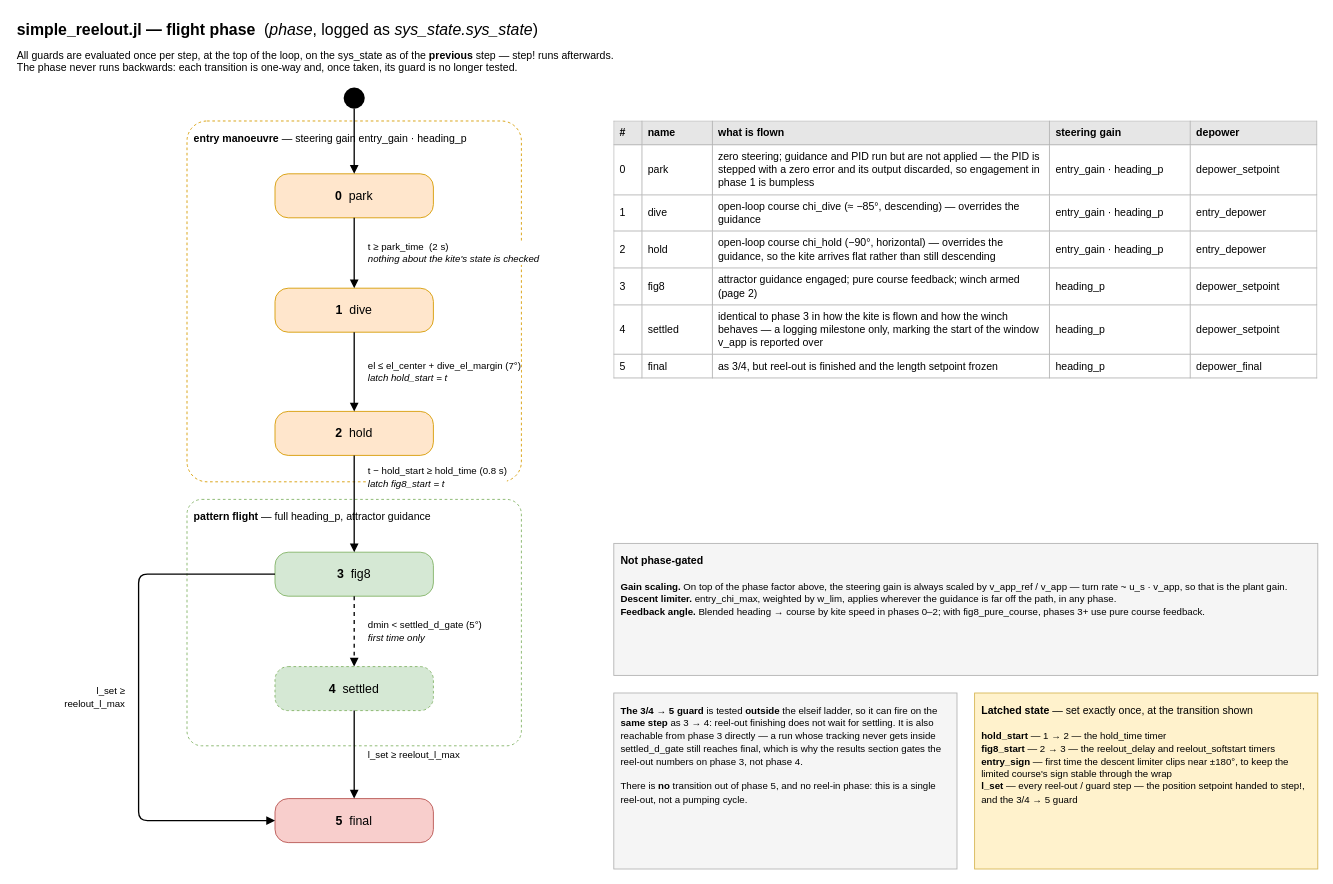
The draw.io diagram page "Flight phases" (1 of 2) of docs/reelout_state_machine.drawio in OpenSourceAWE/SimpleKiteControllers.jl, before the edit. Source tidied: cells renumbered, new cells numbered last; positions are measured from the earlier drawing's top-left corner, leaving out a move shared by most shapes. Both pictures are drawn from the tidied source at 88%, with x=0, y=0 at pixel (15, 15).
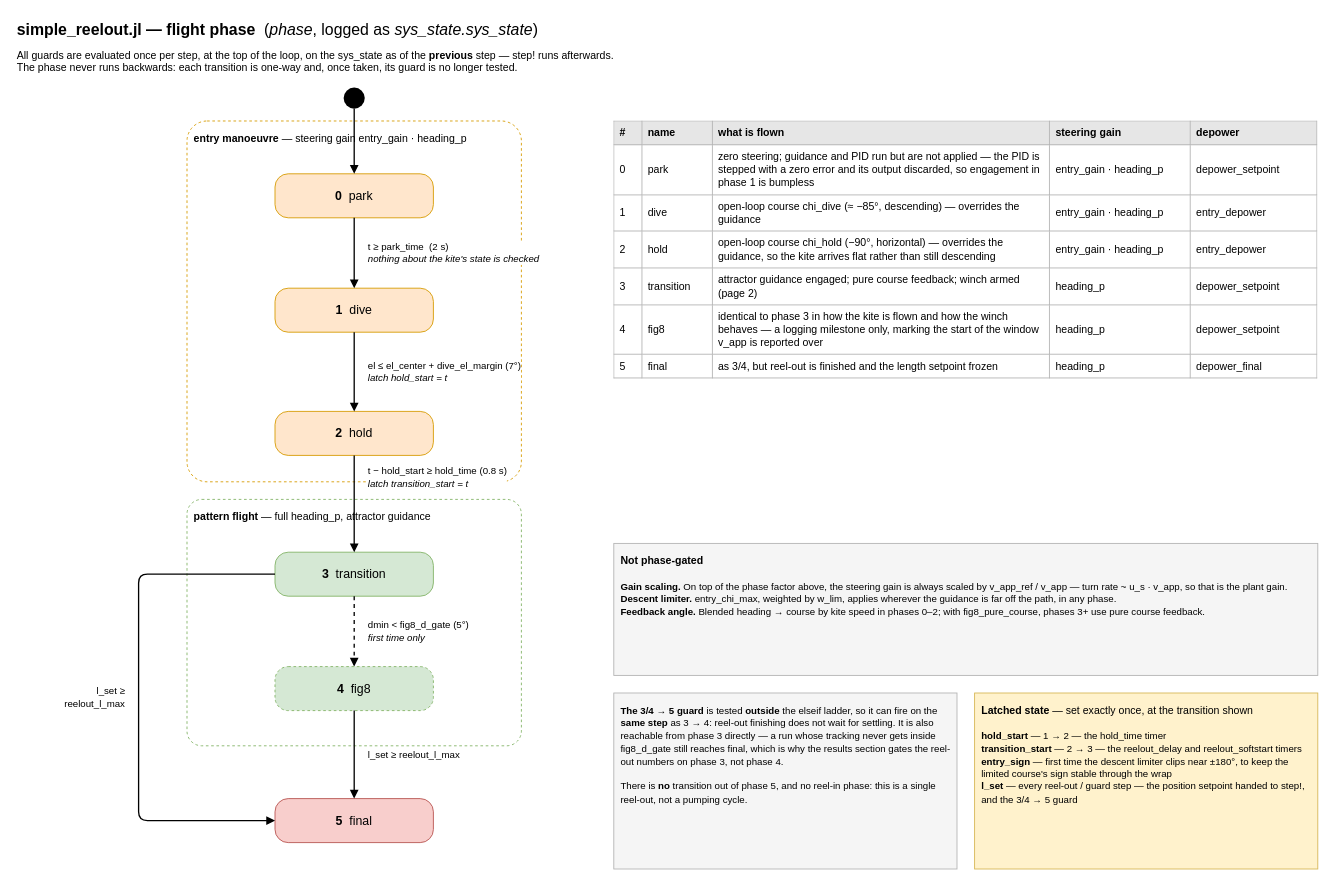
Above is the later version.

Unchanged cells that the change refers to:
```xml
<mxCell id="9" value="&lt;b&gt;2&lt;/b&gt;&amp;nbsp;&amp;nbsp;hold" style="rounded=1;arcSize=30;whiteSpace=wrap;html=1;fillColor=#ffe6cc;strokeColor=#d79b00;fontSize=14;" parent="1" vertex="1">
  <mxGeometry x="295" y="450" width="180" height="50" as="geometry" />
</mxCell>
```

The edit, as a diff of the source:
```diff
@@
-    <mxCell id="10" value="&lt;b&gt;3&lt;/b&gt;&amp;nbsp;&amp;nbsp;fig8" style="rounded=1;arcSize=30;whiteSpace=wrap;html=1;fillColor=#d5e8d4;strokeColor=#82b366;fontSize=14;" parent="1" vertex="1">
+    <mxCell id="10" value="&lt;b&gt;3&lt;/b&gt;&amp;nbsp;&amp;nbsp;transition" style="rounded=1;arcSize=30;whiteSpace=wrap;html=1;fillColor=#d5e8d4;strokeColor=#82b366;fontSize=14;" parent="1" vertex="1">
       <mxGeometry x="295" y="610" width="180" height="50" as="geometry" />
     </mxCell>
-    <mxCell id="11" value="&lt;b&gt;4&lt;/b&gt;&amp;nbsp;&amp;nbsp;settled" style="rounded=1;arcSize=30;whiteSpace=wrap;html=1;fillColor=#d5e8d4;strokeColor=#82b366;fontSize=14;dashed=1;" parent="1" vertex="1">
+    <mxCell id="11" value="&lt;b&gt;4&lt;/b&gt;&amp;nbsp;&amp;nbsp;fig8" style="rounded=1;arcSize=30;whiteSpace=wrap;html=1;fillColor=#d5e8d4;strokeColor=#82b366;fontSize=14;dashed=1;" parent="1" vertex="1">
       <mxGeometry x="295" y="740" width="180" height="50" as="geometry" />
     </mxCell>
@@
-    <mxCell id="16" value="&lt;font style=&quot;font-size:11px&quot;&gt;t − hold_start ≥ hold_time (0.8 s)&lt;br&gt;&lt;i&gt;latch fig8_start = t&lt;/i&gt;&lt;/font&gt;" style="edgeStyle=orthogonalEdgeStyle;rounded=1;html=1;endArrow=block;endFill=1;strokeWidth=1.5;align=left;verticalAlign=middle;labelBackgroundColor=#ffffff;" parent="1" edge="1" source="9" target="10">
+    <mxCell id="16" value="&lt;font style=&quot;font-size:11px&quot;&gt;t − hold_start ≥ hold_time (0.8 s)&lt;br&gt;&lt;i&gt;latch transition_start = t&lt;/i&gt;&lt;/font&gt;" style="edgeStyle=orthogonalEdgeStyle;rounded=1;html=1;endArrow=block;endFill=1;strokeWidth=1.5;align=left;verticalAlign=middle;labelBackgroundColor=#ffffff;" parent="1" edge="1" source="9" target="10">
       <mxGeometry x="-0.55" relative="1" as="geometry">
         <mxPoint x="14" as="offset" />
       </mxGeometry>
     </mxCell>
-    <mxCell id="17" value="&lt;font style=&quot;font-size:11px&quot;&gt;dmin &amp;lt; settled_d_gate (5°)&lt;br&gt;&lt;i&gt;first time only&lt;/i&gt;&lt;/font&gt;" style="edgeStyle=orthogonalEdgeStyle;rounded=1;html=1;endArrow=block;endFill=1;strokeWidth=1.5;dashed=1;align=left;verticalAlign=middle;labelBackgroundColor=#ffffff;" parent="1" edge="1" source="10" target="11">
+    <mxCell id="17" value="&lt;font style=&quot;font-size:11px&quot;&gt;dmin &amp;lt; fig8_d_gate (5°)&lt;br&gt;&lt;i&gt;first time only&lt;/i&gt;&lt;/font&gt;" style="edgeStyle=orthogonalEdgeStyle;rounded=1;html=1;endArrow=block;endFill=1;strokeWidth=1.5;dashed=1;align=left;verticalAlign=middle;labelBackgroundColor=#ffffff;" parent="1" edge="1" source="10" target="11">
       <mxGeometry relative="1" as="geometry">
         <mxPoint x="14" as="offset" />
       </mxGeometry>
     </mxCell>
@@
-    <mxCell id="20" value="&lt;table border=&quot;1&quot; cellpadding=&quot;6&quot; cellspacing=&quot;0&quot; style=&quot;width:100%;border-collapse:collapse;font-size:12px;border-color:#b3b3b3&quot;&gt;&lt;tr style=&quot;background:#e6e6e6&quot;&gt;&lt;th align=&quot;left&quot; width=&quot;4%&quot;&gt;#&lt;/th&gt;&lt;th align=&quot;left&quot; width=&quot;10%&quot;&gt;name&lt;/th&gt;&lt;th align=&quot;left&quot; width=&quot;48%&quot;&gt;what is flown&lt;/th&gt;&lt;th align=&quot;left&quot; width=&quot;20%&quot;&gt;steering gain&lt;/th&gt;&lt;th align=&quot;left&quot; width=&quot;18%&quot;&gt;depower&lt;/th&gt;&lt;/tr&gt;&lt;tr&gt;&lt;td&gt;0&lt;/td&gt;&lt;td&gt;park&lt;/td&gt;&lt;td&gt;zero steering; guidance and PID run but are not applied — the PID is stepped with a zero error and its output discarded, so engagement in phase 1 is bumpless&lt;/td&gt;&lt;td&gt;entry_gain · heading_p&lt;/td&gt;&lt;td&gt;depower_setpoint&lt;/td&gt;&lt;/tr&gt;&lt;tr&gt;&lt;td&gt;1&lt;/td&gt;&lt;td&gt;dive&lt;/td&gt;&lt;td&gt;open-loop course chi_dive (≈ −85°, descending) — overrides the guidance&lt;/td&gt;&lt;td&gt;entry_gain · heading_p&lt;/td&gt;&lt;td&gt;entry_depower&lt;/td&gt;&lt;/tr&gt;&lt;tr&gt;&lt;td&gt;2&lt;/td&gt;&lt;td&gt;hold&lt;/td&gt;&lt;td&gt;open-loop course chi_hold (−90°, horizontal) — overrides the guidance, so the kite arrives flat rather than still descending&lt;/td&gt;&lt;td&gt;entry_gain · heading_p&lt;/td&gt;&lt;td&gt;entry_depower&lt;/td&gt;&lt;/tr&gt;&lt;tr&gt;&lt;td&gt;3&lt;/td&gt;&lt;td&gt;fig8&lt;/td&gt;&lt;td&gt;attractor guidance engaged; pure course feedback; winch armed (page 2)&lt;/td&gt;&lt;td&gt;heading_p&lt;/td&gt;&lt;td&gt;depower_setpoint&lt;/td&gt;&lt;/tr&gt;&lt;tr&gt;&lt;td&gt;4&lt;/td&gt;&lt;td&gt;settled&lt;/td&gt;&lt;td&gt;identical to phase 3 in how the kite is flown and how the winch behaves — a logging milestone only, marking the start of the window v_app is reported over&lt;/td&gt;&lt;td&gt;heading_p&lt;/td&gt;&lt;td&gt;depower_setpoint&lt;/td&gt;&lt;/tr&gt;&lt;tr&gt;&lt;td&gt;5&lt;/td&gt;&lt;td&gt;final&lt;/td&gt;&lt;td&gt;as 3/4, but reel-out is finished and the length setpoint frozen&lt;/td&gt;&lt;td&gt;heading_p&lt;/td&gt;&lt;td&gt;depower_final&lt;/td&gt;&lt;/tr&gt;&lt;/table&gt;" style="text;html=1;whiteSpace=wrap;align=left;verticalAlign=top;overflow=fill;" parent="1" vertex="1">
+    <mxCell id="20" value="&lt;table border=&quot;1&quot; cellpadding=&quot;6&quot; cellspacing=&quot;0&quot; style=&quot;width:100%;border-collapse:collapse;font-size:12px;border-color:#b3b3b3&quot;&gt;&lt;tr style=&quot;background:#e6e6e6&quot;&gt;&lt;th align=&quot;left&quot; width=&quot;4%&quot;&gt;#&lt;/th&gt;&lt;th align=&quot;left&quot; width=&quot;10%&quot;&gt;name&lt;/th&gt;&lt;th align=&quot;left&quot; width=&quot;48%&quot;&gt;what is flown&lt;/th&gt;&lt;th align=&quot;left&quot; width=&quot;20%&quot;&gt;steering gain&lt;/th&gt;&lt;th align=&quot;left&quot; width=&quot;18%&quot;&gt;depower&lt;/th&gt;&lt;/tr&gt;&lt;tr&gt;&lt;td&gt;0&lt;/td&gt;&lt;td&gt;park&lt;/td&gt;&lt;td&gt;zero steering; guidance and PID run but are not applied — the PID is stepped with a zero error and its output discarded, so engagement in phase 1 is bumpless&lt;/td&gt;&lt;td&gt;entry_gain · heading_p&lt;/td&gt;&lt;td&gt;depower_setpoint&lt;/td&gt;&lt;/tr&gt;&lt;tr&gt;&lt;td&gt;1&lt;/td&gt;&lt;td&gt;dive&lt;/td&gt;&lt;td&gt;open-loop course chi_dive (≈ −85°, descending) — overrides the guidance&lt;/td&gt;&lt;td&gt;entry_gain · heading_p&lt;/td&gt;&lt;td&gt;entry_depower&lt;/td&gt;&lt;/tr&gt;&lt;tr&gt;&lt;td&gt;2&lt;/td&gt;&lt;td&gt;hold&lt;/td&gt;&lt;td&gt;open-loop course chi_hold (−90°, horizontal) — overrides the guidance, so the kite arrives flat rather than still descending&lt;/td&gt;&lt;td&gt;entry_gain · heading_p&lt;/td&gt;&lt;td&gt;entry_depower&lt;/td&gt;&lt;/tr&gt;&lt;tr&gt;&lt;td&gt;3&lt;/td&gt;&lt;td&gt;transition&lt;/td&gt;&lt;td&gt;attractor guidance engaged; pure course feedback; winch armed (page 2)&lt;/td&gt;&lt;td&gt;heading_p&lt;/td&gt;&lt;td&gt;depower_setpoint&lt;/td&gt;&lt;/tr&gt;&lt;tr&gt;&lt;td&gt;4&lt;/td&gt;&lt;td&gt;fig8&lt;/td&gt;&lt;td&gt;identical to phase 3 in how the kite is flown and how the winch behaves — a logging milestone only, marking the start of the window v_app is reported over&lt;/td&gt;&lt;td&gt;heading_p&lt;/td&gt;&lt;td&gt;depower_setpoint&lt;/td&gt;&lt;/tr&gt;&lt;tr&gt;&lt;td&gt;5&lt;/td&gt;&lt;td&gt;final&lt;/td&gt;&lt;td&gt;as 3/4, but reel-out is finished and the length setpoint frozen&lt;/td&gt;&lt;td&gt;heading_p&lt;/td&gt;&lt;td&gt;depower_final&lt;/td&gt;&lt;/tr&gt;&lt;/table&gt;" style="text;html=1;whiteSpace=wrap;align=left;verticalAlign=top;overflow=fill;" parent="1" vertex="1">
       <mxGeometry x="680" y="120" width="800" height="460" as="geometry" />
     </mxCell>
@@
-    <mxCell id="22" value="&lt;font style=&quot;font-size:11px&quot;&gt;&lt;b&gt;The 3/4 → 5 guard&lt;/b&gt; is tested &lt;b&gt;outside&lt;/b&gt; the elseif ladder, so it can fire on the &lt;b&gt;same step&lt;/b&gt; as 3 → 4: reel-out finishing does not wait for settling. It is also reachable from phase 3 directly — a run whose tracking never gets inside settled_d_gate still reaches final, which is why the results section gates the reel-out numbers on phase 3, not phase 4.&lt;br&gt;&lt;br&gt;There is &lt;b&gt;no&lt;/b&gt; transition out of phase 5, and no reel-in phase: this is a single reel-out, not a pumping cycle.&lt;/font&gt;" style="rounded=0;whiteSpace=wrap;html=1;align=left;verticalAlign=top;fillColor=#f5f5f5;strokeColor=#b3b3b3;spacing=8;" parent="1" vertex="1">
+    <mxCell id="22" value="&lt;font style=&quot;font-size:11px&quot;&gt;&lt;b&gt;The 3/4 → 5 guard&lt;/b&gt; is tested &lt;b&gt;outside&lt;/b&gt; the elseif ladder, so it can fire on the &lt;b&gt;same step&lt;/b&gt; as 3 → 4: reel-out finishing does not wait for settling. It is also reachable from phase 3 directly — a run whose tracking never gets inside fig8_d_gate still reaches final, which is why the results section gates the reel-out numbers on phase 3, not phase 4.&lt;br&gt;&lt;br&gt;There is &lt;b&gt;no&lt;/b&gt; transition out of phase 5, and no reel-in phase: this is a single reel-out, not a pumping cycle.&lt;/font&gt;" style="rounded=0;whiteSpace=wrap;html=1;align=left;verticalAlign=top;fillColor=#f5f5f5;strokeColor=#b3b3b3;spacing=8;" parent="1" vertex="1">
       <mxGeometry x="680" y="770" width="390" height="200" as="geometry" />
     </mxCell>
-    <mxCell id="23" value="&lt;b&gt;Latched state&lt;/b&gt; — set exactly once, at the transition shown&lt;br&gt;&lt;br&gt;&lt;font style=&quot;font-size:11px&quot;&gt;&lt;b&gt;hold_start&lt;/b&gt; — 1 → 2 — the hold_time timer&lt;br&gt;&lt;b&gt;fig8_start&lt;/b&gt; — 2 → 3 — the reelout_delay and reelout_softstart timers&lt;br&gt;&lt;b&gt;entry_sign&lt;/b&gt; — first time the descent limiter clips near ±180°, to keep the limited course's sign stable through the wrap&lt;br&gt;&lt;b&gt;l_set&lt;/b&gt; — every reel-out / guard step — the position setpoint handed to step!, and the 3/4 → 5 guard&lt;/font&gt;" style="rounded=0;whiteSpace=wrap;html=1;align=left;verticalAlign=top;fillColor=#fff2cc;strokeColor=#d6b656;spacing=8;" parent="1" vertex="1">
+    <mxCell id="23" value="&lt;b&gt;Latched state&lt;/b&gt; — set exactly once, at the transition shown&lt;br&gt;&lt;br&gt;&lt;font style=&quot;font-size:11px&quot;&gt;&lt;b&gt;hold_start&lt;/b&gt; — 1 → 2 — the hold_time timer&lt;br&gt;&lt;b&gt;transition_start&lt;/b&gt; — 2 → 3 — the reelout_delay and reelout_softstart timers&lt;br&gt;&lt;b&gt;entry_sign&lt;/b&gt; — first time the descent limiter clips near ±180°, to keep the limited course's sign stable through the wrap&lt;br&gt;&lt;b&gt;l_set&lt;/b&gt; — every reel-out / guard step — the position setpoint handed to step!, and the 3/4 → 5 guard&lt;/font&gt;" style="rounded=0;whiteSpace=wrap;html=1;align=left;verticalAlign=top;fillColor=#fff2cc;strokeColor=#d6b656;spacing=8;" parent="1" vertex="1">
       <mxGeometry x="1090" y="770" width="390" height="200" as="geometry" />
     </mxCell>
```
